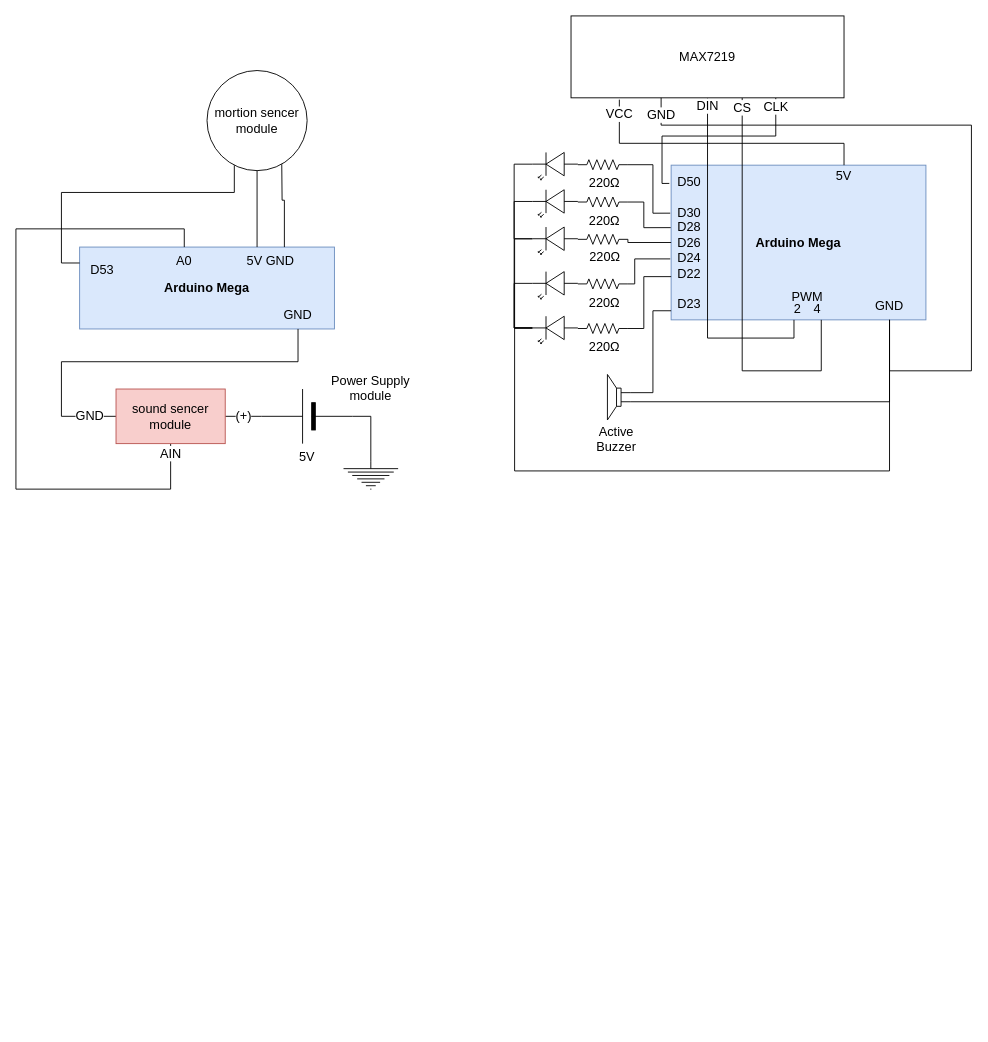
Before: page "elect" (4 of 4) of SmartBath.drawio in AK-8420/documents_2021_Arduino_arch, a draw.io diagram. Source tidied: cells renumbered, new cells numbered last; positions are measured from the earlier drawing's top-left corner, leaving out a move shared by most shapes. Both pictures are drawn from the tidied source at 91%, with x=0, y=0 at pixel (15, 15).
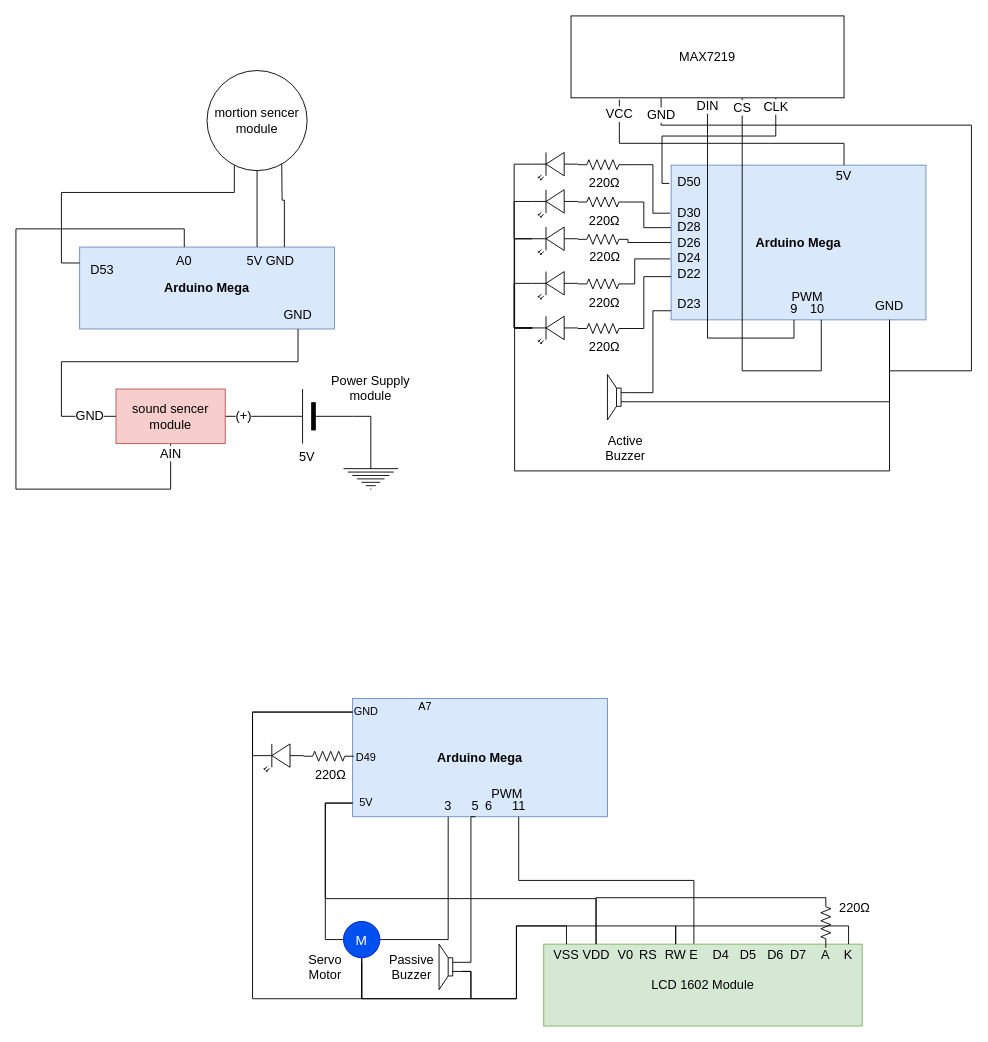
After the change.

What changed in the source:
```diff
@@
-    <mxCell id="23" value="Active Buzzer" style="text;html=1;strokeColor=none;fillColor=none;align=center;verticalAlign=middle;whiteSpace=wrap;rounded=0;fontSize=14;" parent="1" vertex="1">
-      <mxGeometry x="630" y="450" width="60" height="30" as="geometry" />
+    <mxCell id="23" value="Servo Motor" style="text;html=1;strokeColor=none;fillColor=none;align=center;verticalAlign=middle;whiteSpace=wrap;rounded=0;fontSize=14;" parent="1" vertex="1">
+      <mxGeometry x="310" y="1030" width="60" height="30" as="geometry" />
     </mxCell>
@@
-    <mxCell id="32" value="2　4" style="text;html=1;strokeColor=none;fillColor=none;align=center;verticalAlign=middle;whiteSpace=wrap;rounded=0;fontSize=14;" parent="1" vertex="1">
+    <mxCell id="32" value="9　10" style="text;html=1;strokeColor=none;fillColor=none;align=center;verticalAlign=middle;whiteSpace=wrap;rounded=0;fontSize=14;" parent="1" vertex="1">
       <mxGeometry x="840" y="310" width="60" height="24" as="geometry" />
     </mxCell>
@@
+    <mxCell id="61" value="&lt;b style=&quot;font-size: 12px&quot;&gt;&lt;font style=&quot;font-size: 14px&quot;&gt;Arduino Mega&lt;/font&gt;&lt;/b&gt;" style="rounded=0;whiteSpace=wrap;html=1;fontSize=14;fillColor=#dae8fc;strokeColor=#6c8ebf;" parent="1" vertex="1">
+      <mxGeometry x="370" y="750" width="280" height="130" as="geometry" />
+    </mxCell>
+    <mxCell id="62" value="D49" style="text;html=1;strokeColor=none;fillColor=none;align=center;verticalAlign=middle;whiteSpace=wrap;rounded=0;" parent="1" vertex="1">
+      <mxGeometry x="370" y="800" width="30" height="30" as="geometry" />
+    </mxCell>
+    <mxCell id="63" value="A7" style="text;html=1;strokeColor=none;fillColor=none;align=center;verticalAlign=middle;whiteSpace=wrap;rounded=0;" parent="1" vertex="1">
+      <mxGeometry x="435" y="750" width="30" height="17" as="geometry" />
+    </mxCell>
+    <mxCell id="64" value="PWM" style="text;html=1;strokeColor=none;fillColor=none;align=center;verticalAlign=middle;whiteSpace=wrap;rounded=0;fontSize=14;" parent="1" vertex="1">
+      <mxGeometry x="510" y="840" width="60" height="30" as="geometry" />
+    </mxCell>
+    <mxCell id="65" style="edgeStyle=orthogonalEdgeStyle;rounded=0;jettySize=auto;html=1;exitX=0.5;exitY=1;exitDx=0;exitDy=0;entryX=0;entryY=0.6;entryDx=0;entryDy=0;entryPerimeter=0;fontSize=15;endArrow=none;endFill=0;" parent="1" edge="1" source="101" target="75">
+      <mxGeometry relative="1" as="geometry">
+        <Array as="points">
+          <mxPoint x="500" y="880" />
+          <mxPoint x="500" y="1040" />
+        </Array>
+      </mxGeometry>
+    </mxCell>
+    <mxCell id="66" value="6" style="text;html=1;strokeColor=none;fillColor=none;align=center;verticalAlign=middle;whiteSpace=wrap;rounded=0;fontSize=14;" parent="1" vertex="1">
+      <mxGeometry x="505" y="856" width="30" height="24" as="geometry" />
+    </mxCell>
+    <mxCell id="67" style="edgeStyle=orthogonalEdgeStyle;rounded=0;jettySize=auto;html=1;exitX=0.5;exitY=1;exitDx=0;exitDy=0;entryX=0.5;entryY=0;entryDx=0;entryDy=0;fontSize=15;endArrow=none;endFill=0;" parent="1" edge="1" source="68" target="80">
+      <mxGeometry relative="1" as="geometry">
+        <Array as="points">
+          <mxPoint x="553" y="950" />
+          <mxPoint x="745" y="950" />
+        </Array>
+      </mxGeometry>
+    </mxCell>
+    <mxCell id="68" value="11" style="text;html=1;strokeColor=none;fillColor=none;align=center;verticalAlign=middle;whiteSpace=wrap;rounded=0;fontSize=14;" parent="1" vertex="1">
+      <mxGeometry x="537.5" y="856" width="30" height="24" as="geometry" />
+    </mxCell>
+    <mxCell id="69" value="3" style="text;html=1;strokeColor=none;fillColor=none;align=center;verticalAlign=middle;whiteSpace=wrap;rounded=0;fontSize=14;" parent="1" vertex="1">
+      <mxGeometry x="460" y="856" width="30" height="24" as="geometry" />
+    </mxCell>
+    <mxCell id="70" style="edgeStyle=orthogonalEdgeStyle;rounded=0;jettySize=auto;html=1;exitX=0;exitY=0.5;exitDx=0;exitDy=0;entryX=0;entryY=0.5;entryDx=0;entryDy=0;fontSize=15;endArrow=none;endFill=0;" parent="1" edge="1" source="71" target="85">
+      <mxGeometry relative="1" as="geometry" />
+    </mxCell>
+    <mxCell id="71" value="5V" style="text;html=1;strokeColor=none;fillColor=none;align=center;verticalAlign=middle;whiteSpace=wrap;rounded=0;" parent="1" vertex="1">
+      <mxGeometry x="370" y="850" width="30" height="30" as="geometry" />
+    </mxCell>
+    <mxCell id="72" style="edgeStyle=orthogonalEdgeStyle;rounded=0;jettySize=auto;html=1;exitX=1;exitY=0.5;exitDx=0;exitDy=0;entryX=0.5;entryY=1;entryDx=0;entryDy=0;fontSize=15;endArrow=none;endFill=0;" parent="1" edge="1" source="85" target="69">
+      <mxGeometry relative="1" as="geometry" />
+    </mxCell>
+    <mxCell id="73" value="Active Buzzer" style="text;html=1;strokeColor=none;fillColor=none;align=center;verticalAlign=middle;whiteSpace=wrap;rounded=0;fontSize=14;" parent="1" vertex="1">
+      <mxGeometry x="640" y="460" width="60" height="30" as="geometry" />
+    </mxCell>
+    <mxCell id="74" style="edgeStyle=orthogonalEdgeStyle;rounded=0;jettySize=auto;html=1;exitX=0;exitY=0.4;exitDx=0;exitDy=0;exitPerimeter=0;entryX=1;entryY=0;entryDx=0;entryDy=0;fontSize=15;endArrow=none;endFill=0;startArrow=none;" parent="1" edge="1" source="85" target="23">
+      <mxGeometry relative="1" as="geometry" />
+    </mxCell>
+    <mxCell id="75" style="verticalLabelPosition=bottom;shadow=0;dashed=0;align=center;html=1;verticalAlign=top;shape=mxgraph.electrical.electro-mechanical.loudspeaker;fontSize=14;rotation=-180;" parent="1" vertex="1">
+      <mxGeometry x="465" y="1020" width="25" height="50" as="geometry" />
+    </mxCell>
+    <mxCell id="76" value="Passive Buzzer" style="text;html=1;strokeColor=none;fillColor=none;align=center;verticalAlign=middle;whiteSpace=wrap;rounded=0;fontSize=14;" parent="1" vertex="1">
+      <mxGeometry x="405" y="1030" width="60" height="30" as="geometry" />
+    </mxCell>
+    <mxCell id="77" style="edgeStyle=orthogonalEdgeStyle;rounded=0;jettySize=auto;html=1;exitX=0;exitY=0.5;exitDx=0;exitDy=0;entryX=0.5;entryY=1;entryDx=0;entryDy=0;fontSize=15;endArrow=none;endFill=0;" parent="1" edge="1" source="78" target="85">
+      <mxGeometry relative="1" as="geometry">
+        <Array as="points">
+          <mxPoint x="260" y="765" />
+          <mxPoint x="260" y="1080" />
+          <mxPoint x="380" y="1080" />
+        </Array>
+      </mxGeometry>
+    </mxCell>
+    <mxCell id="78" value="GND" style="text;html=1;strokeColor=none;fillColor=none;align=center;verticalAlign=middle;whiteSpace=wrap;rounded=0;" parent="1" vertex="1">
+      <mxGeometry x="370" y="750" width="30" height="30" as="geometry" />
+    </mxCell>
+    <mxCell id="79" value="LCD 1602 Module" style="rounded=0;whiteSpace=wrap;html=1;fontSize=14;fillColor=#d5e8d4;strokeColor=#82b366;" parent="1" vertex="1">
+      <mxGeometry x="580" y="1020" width="350" height="90" as="geometry" />
+    </mxCell>
+    <mxCell id="80" value="E" style="text;html=1;strokeColor=none;fillColor=none;align=center;verticalAlign=middle;whiteSpace=wrap;rounded=0;fontSize=14;" parent="1" vertex="1">
+      <mxGeometry x="730" y="1020" width="30" height="24" as="geometry" />
+    </mxCell>
+    <mxCell id="81" style="edgeStyle=orthogonalEdgeStyle;rounded=0;jettySize=auto;html=1;exitX=0.5;exitY=0;exitDx=0;exitDy=0;entryX=0;entryY=0.5;entryDx=0;entryDy=0;fontSize=15;endArrow=none;endFill=0;" parent="1" edge="1" source="82" target="71">
+      <mxGeometry relative="1" as="geometry">
+        <Array as="points">
+          <mxPoint x="638" y="970" />
+          <mxPoint x="340" y="970" />
+          <mxPoint x="340" y="865" />
+        </Array>
+      </mxGeometry>
+    </mxCell>
+    <mxCell id="82" value="VDD" style="text;html=1;strokeColor=none;fillColor=none;align=center;verticalAlign=middle;whiteSpace=wrap;rounded=0;fontSize=14;" parent="1" vertex="1">
+      <mxGeometry x="622.5" y="1020" width="30" height="24" as="geometry" />
+    </mxCell>
+    <mxCell id="83" style="edgeStyle=orthogonalEdgeStyle;rounded=0;jettySize=auto;html=1;exitX=0.5;exitY=0;exitDx=0;exitDy=0;entryX=0.5;entryY=1;entryDx=0;entryDy=0;fontSize=15;endArrow=none;endFill=0;" parent="1" edge="1" source="84" target="85">
+      <mxGeometry relative="1" as="geometry">
+        <Array as="points">
+          <mxPoint x="605" y="1000" />
+          <mxPoint x="550" y="1000" />
+          <mxPoint x="550" y="1080" />
+          <mxPoint x="380" y="1080" />
+        </Array>
+      </mxGeometry>
+    </mxCell>
+    <mxCell id="84" value="VSS" style="text;html=1;strokeColor=none;fillColor=none;align=center;verticalAlign=middle;whiteSpace=wrap;rounded=0;fontSize=14;" parent="1" vertex="1">
+      <mxGeometry x="590" y="1020" width="30" height="24" as="geometry" />
+    </mxCell>
+    <mxCell id="85" value="&lt;font style=&quot;font-size: 15px&quot;&gt;M&lt;/font&gt;" style="ellipse;whiteSpace=wrap;html=1;fillColor=#0050ef;fontColor=#ffffff;strokeColor=#001DBC;" parent="1" vertex="1">
+      <mxGeometry x="360" y="995" width="40" height="40" as="geometry" />
+    </mxCell>
+    <mxCell id="86" style="edgeStyle=orthogonalEdgeStyle;rounded=0;jettySize=auto;html=1;exitX=0;exitY=0.4;exitDx=0;exitDy=0;exitPerimeter=0;fontSize=15;endArrow=none;endFill=0;" parent="1" edge="1" source="75">
+      <mxGeometry relative="1" as="geometry">
+        <mxPoint x="380" y="1040" as="targetPoint" />
+        <Array as="points">
+          <mxPoint x="500" y="1050" />
+          <mxPoint x="500" y="1080" />
+          <mxPoint x="380" y="1080" />
+        </Array>
+      </mxGeometry>
+    </mxCell>
+    <mxCell id="87" value="D4" style="text;html=1;strokeColor=none;fillColor=none;align=center;verticalAlign=middle;whiteSpace=wrap;rounded=0;fontSize=14;" parent="1" vertex="1">
+      <mxGeometry x="760" y="1020" width="30" height="24" as="geometry" />
+    </mxCell>
+    <mxCell id="88" value="D5" style="text;html=1;strokeColor=none;fillColor=none;align=center;verticalAlign=middle;whiteSpace=wrap;rounded=0;fontSize=14;" parent="1" vertex="1">
+      <mxGeometry x="790" y="1020" width="30" height="24" as="geometry" />
+    </mxCell>
+    <mxCell id="89" value="D6" style="text;html=1;strokeColor=none;fillColor=none;align=center;verticalAlign=middle;whiteSpace=wrap;rounded=0;fontSize=14;" parent="1" vertex="1">
+      <mxGeometry x="820" y="1020" width="30" height="24" as="geometry" />
+    </mxCell>
+    <mxCell id="90" value="D7" style="text;html=1;strokeColor=none;fillColor=none;align=center;verticalAlign=middle;whiteSpace=wrap;rounded=0;fontSize=14;" parent="1" vertex="1">
+      <mxGeometry x="845" y="1020" width="30" height="24" as="geometry" />
+    </mxCell>
+    <mxCell id="91" value="A" style="text;html=1;strokeColor=none;fillColor=none;align=center;verticalAlign=middle;whiteSpace=wrap;rounded=0;fontSize=14;" parent="1" vertex="1">
+      <mxGeometry x="875" y="1020" width="30" height="24" as="geometry" />
+    </mxCell>
+    <mxCell id="92" style="edgeStyle=orthogonalEdgeStyle;rounded=0;jettySize=auto;html=1;exitX=0.5;exitY=0;exitDx=0;exitDy=0;entryX=0;entryY=0.4;entryDx=0;entryDy=0;entryPerimeter=0;fontSize=15;endArrow=none;endFill=0;" parent="1" edge="1" source="95" target="75">
+      <mxGeometry relative="1" as="geometry">
+        <Array as="points">
+          <mxPoint x="725" y="1000" />
+          <mxPoint x="550" y="1000" />
+          <mxPoint x="550" y="1080" />
+          <mxPoint x="500" y="1080" />
+          <mxPoint x="500" y="1050" />
+        </Array>
+      </mxGeometry>
+    </mxCell>
+    <mxCell id="93" style="edgeStyle=orthogonalEdgeStyle;rounded=0;jettySize=auto;html=1;exitX=0.5;exitY=0;exitDx=0;exitDy=0;entryX=0.5;entryY=0;entryDx=0;entryDy=0;fontSize=15;endArrow=none;endFill=0;" parent="1" edge="1" source="94" target="95">
+      <mxGeometry relative="1" as="geometry">
+        <Array as="points">
+          <mxPoint x="915" y="1000" />
+          <mxPoint x="725" y="1000" />
+        </Array>
+      </mxGeometry>
+    </mxCell>
+    <mxCell id="94" value="K" style="text;html=1;strokeColor=none;fillColor=none;align=center;verticalAlign=middle;whiteSpace=wrap;rounded=0;fontSize=14;" parent="1" vertex="1">
+      <mxGeometry x="900" y="1020" width="30" height="24" as="geometry" />
+    </mxCell>
+    <mxCell id="95" value="RW" style="text;html=1;strokeColor=none;fillColor=none;align=center;verticalAlign=middle;whiteSpace=wrap;rounded=0;fontSize=14;" parent="1" vertex="1">
+      <mxGeometry x="710" y="1020" width="30" height="24" as="geometry" />
+    </mxCell>
+    <mxCell id="96" value="V0" style="text;html=1;strokeColor=none;fillColor=none;align=center;verticalAlign=middle;whiteSpace=wrap;rounded=0;fontSize=14;" parent="1" vertex="1">
+      <mxGeometry x="655" y="1020" width="30" height="24" as="geometry" />
+    </mxCell>
+    <mxCell id="97" value="RS" style="text;html=1;strokeColor=none;fillColor=none;align=center;verticalAlign=middle;whiteSpace=wrap;rounded=0;fontSize=14;" parent="1" vertex="1">
+      <mxGeometry x="680" y="1020" width="30" height="24" as="geometry" />
+    </mxCell>
+    <mxCell id="98" value="&amp;nbsp;220Ω" style="text;html=1;strokeColor=none;fillColor=none;align=center;verticalAlign=middle;whiteSpace=wrap;rounded=0;fontSize=14;" parent="1" vertex="1">
+      <mxGeometry x="890" y="965" width="60" height="30" as="geometry" />
+    </mxCell>
+    <mxCell id="99" style="edgeStyle=orthogonalEdgeStyle;rounded=0;jettySize=auto;html=1;exitX=0;exitY=0.5;exitDx=0;exitDy=0;exitPerimeter=0;entryX=0.5;entryY=0;entryDx=0;entryDy=0;fontSize=15;endArrow=none;endFill=0;" parent="1" edge="1" source="100" target="82">
+      <mxGeometry relative="1" as="geometry">
+        <Array as="points">
+          <mxPoint x="638" y="969" />
+        </Array>
+      </mxGeometry>
+    </mxCell>
+    <mxCell id="100" style="verticalLabelPosition=bottom;shadow=0;dashed=0;align=center;html=1;verticalAlign=top;shape=mxgraph.electrical.resistors.resistor_2;fontSize=14;rotation=90;" parent="1" vertex="1">
+      <mxGeometry x="862.5" y="991" width="55" height="11" as="geometry" />
+    </mxCell>
+    <mxCell id="101" value="5" style="text;html=1;strokeColor=none;fillColor=none;align=center;verticalAlign=middle;whiteSpace=wrap;rounded=0;fontSize=14;" parent="1" vertex="1">
+      <mxGeometry x="490" y="856" width="30" height="24" as="geometry" />
+    </mxCell>
+    <mxCell id="102" style="edgeStyle=orthogonalEdgeStyle;rounded=0;jettySize=auto;html=1;exitX=1;exitY=0.57;exitDx=0;exitDy=0;exitPerimeter=0;entryX=0;entryY=0.5;entryDx=0;entryDy=0;fontSize=15;endArrow=none;endFill=0;" parent="1" edge="1" source="103" target="78">
+      <mxGeometry relative="1" as="geometry">
+        <Array as="points">
+          <mxPoint x="260" y="813" />
+          <mxPoint x="260" y="765" />
+        </Array>
+      </mxGeometry>
+    </mxCell>
+    <mxCell id="103" style="verticalLabelPosition=bottom;shadow=0;dashed=0;align=center;html=1;verticalAlign=top;shape=mxgraph.electrical.opto_electronics.led_2;fontSize=14;rotation=-180;" parent="1" vertex="1">
+      <mxGeometry x="266.2" y="800" width="50" height="30" as="geometry" />
+    </mxCell>
+    <mxCell id="104" value="&amp;nbsp;220Ω" style="text;html=1;strokeColor=none;fillColor=none;align=center;verticalAlign=middle;whiteSpace=wrap;rounded=0;fontSize=14;" parent="1" vertex="1">
+      <mxGeometry x="313.8" y="819" width="60" height="30" as="geometry" />
+    </mxCell>
+    <mxCell id="105" style="verticalLabelPosition=bottom;shadow=0;dashed=0;align=center;html=1;verticalAlign=top;shape=mxgraph.electrical.resistors.resistor_2;fontSize=14;" parent="1" vertex="1">
+      <mxGeometry x="316.2" y="808" width="55" height="11" as="geometry" />
+    </mxCell>
```
